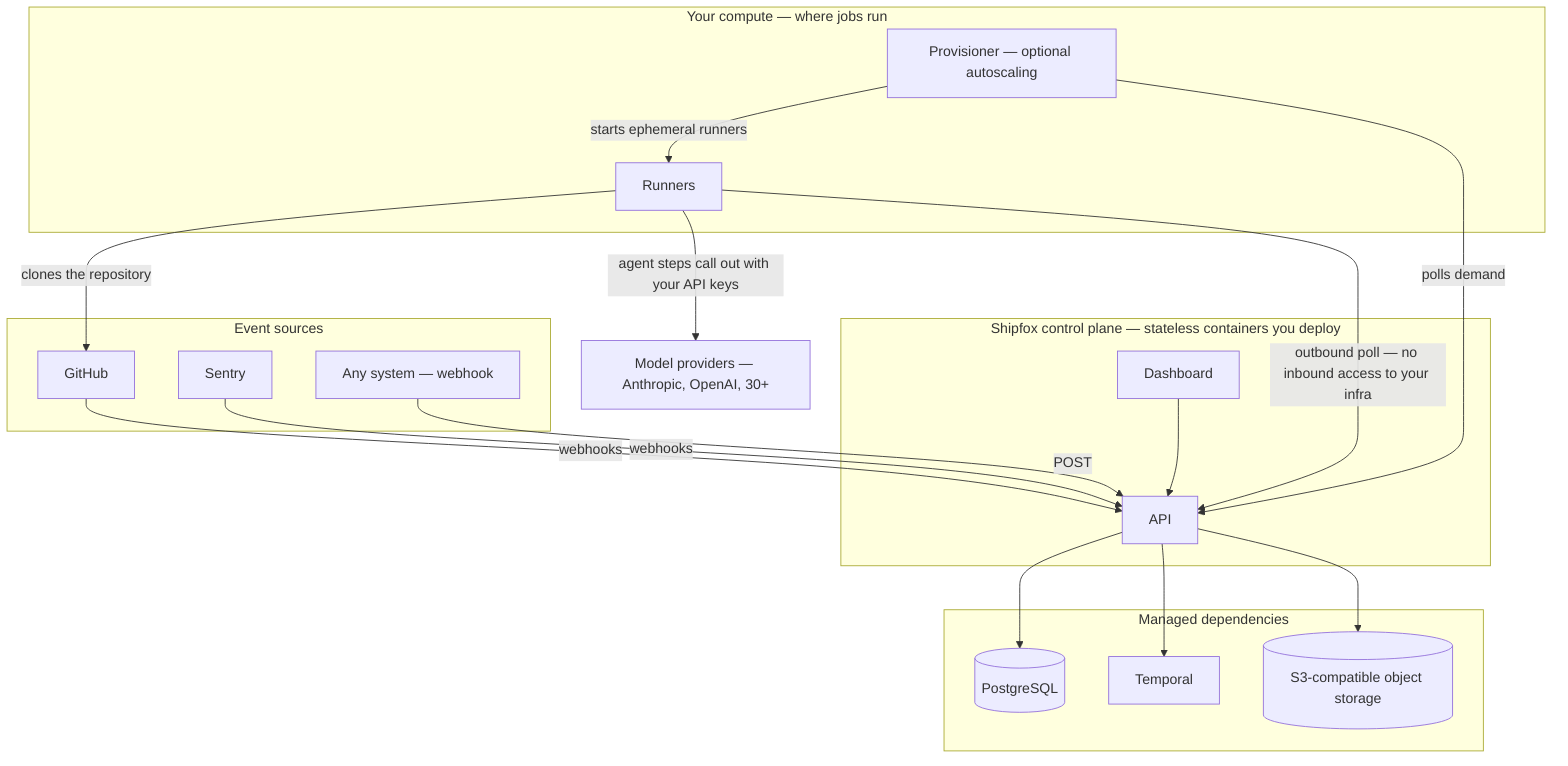
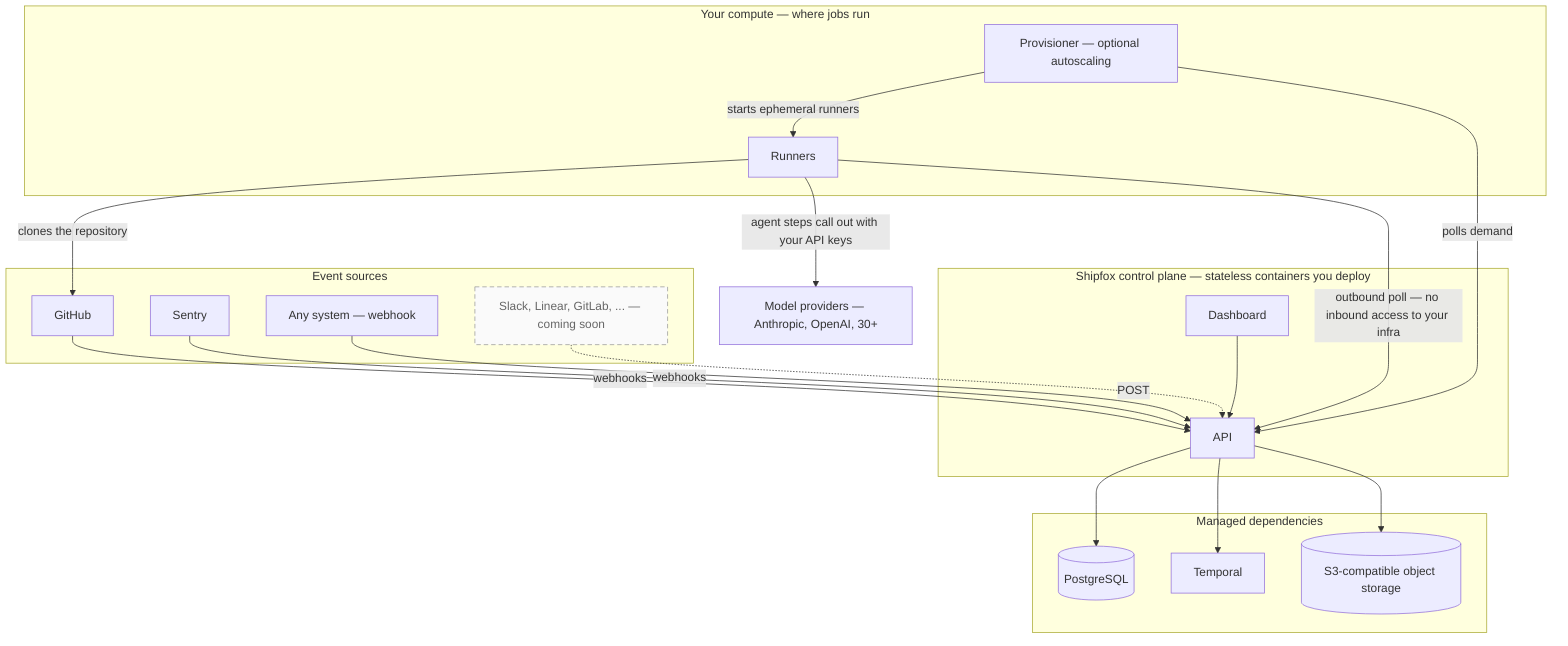
flowchart TB
  subgraph SRC["Event sources"]
    GH2["GitHub"]
    SEN2["Sentry"]
    WH2["Any system — webhook"]
+     SOON2["Slack, Linear, GitLab, ... — coming soon"]
  end
  subgraph CP2["Shipfox control plane — stateless containers you deploy"]
    API["API"]
    DASH["Dashboard"]
  end
  subgraph DEPS["Managed dependencies"]
    PG[("PostgreSQL")]
    TMP["Temporal"]
    OBJ[("S3-compatible object storage")]
  end
  subgraph YC["Your compute — where jobs run"]
    RN["Runners"]
    PV["Provisioner — optional autoscaling"]
  end
  MP["Model providers — Anthropic, OpenAI, 30+"]
  GH2 -->|webhooks| API
  SEN2 -->|webhooks| API
  WH2 -->|POST| API
+   SOON2 -.-> API
  DASH --> API
  API --> PG
  API --> TMP
  API --> OBJ
  RN -->|"outbound poll — no inbound access to your infra"| API
  PV -->|"polls demand"| API
  PV -->|"starts ephemeral runners"| RN
  RN -->|"clones the repository"| GH2
  RN -->|"agent steps call out with your API keys"| MP
+   classDef soon fill:#fafafa,stroke:#999999,stroke-dasharray:6 4,color:#666666
+   class SOON2 soon
